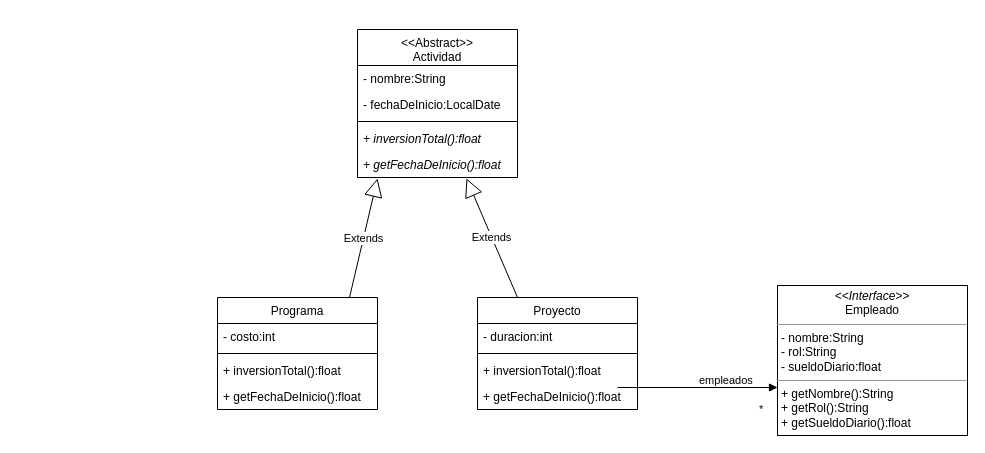
This is unq-po2-1erParcial-2022-Secretarias.drawio from nhubczyk/Diagramas-UML, a draw.io file, before an edit. Source tidied: cells renumbered, new cells numbered last; positions are measured from the earlier drawing's top-left corner, leaving out a move shared by most shapes. Both pictures are drawn from the tidied source at 100%, with x=0, y=0 at pixel (217, 29).
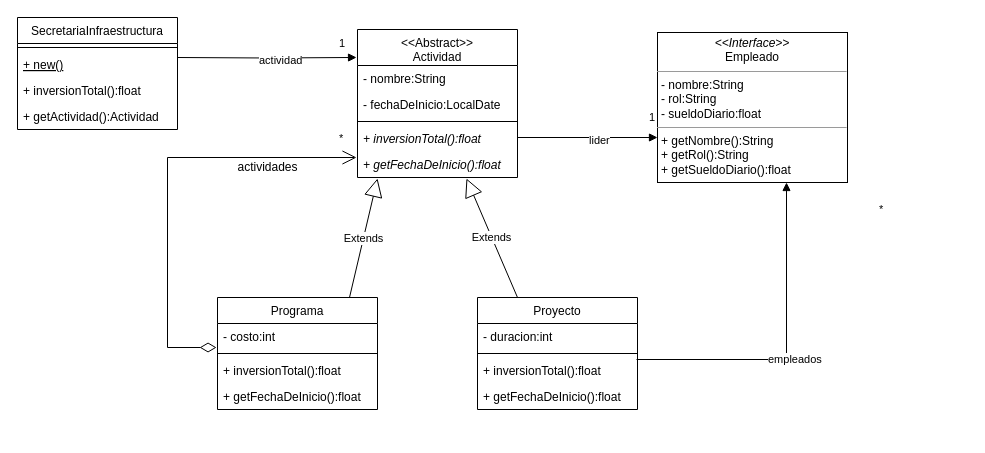
The same diagram, later.

Unchanged cells that the change refers to:
```xml
<mxCell id="5" value="+ inversionTotal():float" style="text;strokeColor=none;fillColor=none;align=left;verticalAlign=top;spacingLeft=4;spacingRight=4;overflow=hidden;points=[[0,0.5],[1,0.5]];portConstraint=eastwest;" parent="2" vertex="1">
  <mxGeometry y="60" width="160" height="26" as="geometry" />
</mxCell>
<mxCell id="11" value="- costo:int" style="text;strokeColor=none;fillColor=none;align=left;verticalAlign=top;spacingLeft=4;spacingRight=4;overflow=hidden;points=[[0,0.5],[1,0.5]];portConstraint=eastwest;" parent="10" vertex="1">
  <mxGeometry y="26" width="160" height="26" as="geometry" />
</mxCell>
<mxCell id="15" value="&lt;&lt;Abstract&gt;&gt;&#10;Actividad" style="swimlane;fontStyle=0;align=center;verticalAlign=top;horizontal=1;startSize=36;" parent="1" vertex="1">
  <mxGeometry x="140" width="160" height="148" as="geometry" />
</mxCell>
<mxCell id="20" value="+ getFechaDeInicio():float" style="text;strokeColor=none;fillColor=none;align=left;verticalAlign=top;spacingLeft=4;spacingRight=4;overflow=hidden;points=[[0,0.5],[1,0.5]];portConstraint=eastwest;fontStyle=2;" parent="15" vertex="1">
  <mxGeometry y="122" width="160" height="26" as="geometry" />
</mxCell>
```

Change to the diagram source:
```diff
@@
     <mxCell id="7" value="&lt;p style=&quot;margin:0px;margin-top:4px;text-align:center;&quot;&gt;&lt;i&gt;&amp;lt;&amp;lt;Interface&amp;gt;&amp;gt;&lt;/i&gt;&lt;br&gt;Empleado&lt;/p&gt;&lt;hr size=&quot;1&quot;&gt;&lt;p style=&quot;margin:0px;margin-left:4px;&quot;&gt;- nombre:String&lt;/p&gt;&lt;p style=&quot;margin:0px;margin-left:4px;&quot;&gt;- rol:String&lt;/p&gt;&lt;p style=&quot;margin:0px;margin-left:4px;&quot;&gt;- sueldoDiario:float&lt;/p&gt;&lt;hr size=&quot;1&quot;&gt;&lt;p style=&quot;margin:0px;margin-left:4px;&quot;&gt;+ getNombre():String&lt;/p&gt;&lt;p style=&quot;margin:0px;margin-left:4px;&quot;&gt;+ getRol():String&lt;/p&gt;&lt;p style=&quot;margin:0px;margin-left:4px;&quot;&gt;+ getSueldoDiario():float&lt;/p&gt;" style="verticalAlign=top;align=left;overflow=fill;fontSize=12;fontFamily=Helvetica;html=1;" parent="1" vertex="1">
-      <mxGeometry x="560" y="256" width="190" height="150" as="geometry" />
+      <mxGeometry x="440" y="3" width="190" height="150" as="geometry" />
     </mxCell>
-    <mxCell id="8" value="empleados" style="endArrow=block;endFill=1;html=1;edgeStyle=orthogonalEdgeStyle;align=left;verticalAlign=top;rounded=0;" parent="1" edge="1">
+    <mxCell id="8" value="empleados" style="endArrow=block;endFill=1;html=1;edgeStyle=orthogonalEdgeStyle;align=left;verticalAlign=top;rounded=0;exitX=0.994;exitY=0.077;exitDx=0;exitDy=0;exitPerimeter=0;entryX=0.679;entryY=1;entryDx=0;entryDy=0;entryPerimeter=0;" parent="1" edge="1" source="5" target="7">
       <mxGeometry y="20" relative="1" as="geometry">
-        <mxPoint x="400" y="358" as="sourcePoint" />
-        <mxPoint x="560" y="358" as="targetPoint" />
+        <Array as="points">
+          <mxPoint x="569" y="330" />
+        </Array>
       </mxGeometry>
     </mxCell>
     <mxCell id="9" value="*" style="edgeLabel;html=1;align=left;verticalAlign=bottom;" parent="8" vertex="1">
       <mxGeometry x="-1" relative="1" as="geometry">
-        <mxPoint x="140" y="30" as="offset" />
+        <mxPoint x="241" y="-142" as="offset" />
       </mxGeometry>
     </mxCell>
@@
+    <mxCell id="23" value="*" style="endArrow=open;html=1;endSize=12;startArrow=diamondThin;startSize=14;startFill=0;edgeStyle=orthogonalEdgeStyle;align=left;verticalAlign=bottom;rounded=0;exitX=-0.006;exitY=0.923;exitDx=0;exitDy=0;exitPerimeter=0;entryX=-0.006;entryY=0.231;entryDx=0;entryDy=0;entryPerimeter=0;" parent="1" edge="1" source="11" target="20">
+      <mxGeometry x="0.91" y="10" relative="1" as="geometry">
+        <Array as="points">
+          <mxPoint x="-50" y="318" />
+          <mxPoint x="-50" y="128" />
+        </Array>
+      </mxGeometry>
+    </mxCell>
+    <mxCell id="24" value="actividades" style="text;html=1;align=center;verticalAlign=middle;strokeColor=none;fillColor=none;" parent="1" vertex="1">
+      <mxGeometry x="10" y="123" width="80" height="30" as="geometry" />
+    </mxCell>
+    <mxCell id="25" value="lider" style="endArrow=block;endFill=1;html=1;edgeStyle=orthogonalEdgeStyle;align=left;verticalAlign=top;rounded=0;" parent="1" edge="1">
+      <mxGeometry y="10" relative="1" as="geometry">
+        <mxPoint x="300" y="108" as="sourcePoint" />
+        <mxPoint x="440" y="108" as="targetPoint" />
+      </mxGeometry>
+    </mxCell>
+    <mxCell id="26" value="1" style="edgeLabel;html=1;align=left;verticalAlign=bottom;" parent="25" vertex="1">
+      <mxGeometry x="-1" relative="1" as="geometry">
+        <mxPoint x="130" y="-12" as="offset" />
+      </mxGeometry>
+    </mxCell>
+    <mxCell id="27" value="SecretariaInfraestructura" style="swimlane;fontStyle=0;align=center;verticalAlign=top;horizontal=1;startSize=26;" parent="1" vertex="1">
+      <mxGeometry x="-200" y="-12" width="160" height="112" as="geometry" />
+    </mxCell>
+    <mxCell id="28" style="line;strokeWidth=1;fillColor=none;align=left;verticalAlign=middle;spacingTop=-1;spacingLeft=3;spacingRight=3;labelPosition=right;strokeColor=inherit;" parent="27" vertex="1">
+      <mxGeometry y="26" width="160" height="8" as="geometry" />
+    </mxCell>
+    <mxCell id="29" value="+ new()" style="text;strokeColor=none;fillColor=none;align=left;verticalAlign=top;spacingLeft=4;spacingRight=4;overflow=hidden;fontStyle=4;" parent="27" vertex="1">
+      <mxGeometry y="34" width="160" height="26" as="geometry" />
+    </mxCell>
+    <mxCell id="30" value="+ inversionTotal():float" style="text;strokeColor=none;fillColor=none;align=left;verticalAlign=top;spacingLeft=4;spacingRight=4;overflow=hidden;" parent="27" vertex="1">
+      <mxGeometry y="60" width="160" height="26" as="geometry" />
+    </mxCell>
+    <mxCell id="31" value="+ getActividad():Actividad" style="text;strokeColor=none;fillColor=none;align=left;verticalAlign=top;spacingLeft=4;spacingRight=4;overflow=hidden;" parent="27" vertex="1">
+      <mxGeometry y="86" width="160" height="26" as="geometry" />
+    </mxCell>
+    <mxCell id="32" value="actividad" style="endArrow=block;endFill=1;html=1;edgeStyle=orthogonalEdgeStyle;align=left;verticalAlign=top;rounded=0;entryX=-0.006;entryY=0.189;entryDx=0;entryDy=0;entryPerimeter=0;" parent="1" edge="1" target="15">
+      <mxGeometry x="-0.11" y="10" relative="1" as="geometry">
+        <mxPoint x="-40" y="28" as="sourcePoint" />
+      </mxGeometry>
+    </mxCell>
+    <mxCell id="33" value="1" style="edgeLabel;html=1;align=left;verticalAlign=bottom;" parent="32" vertex="1">
+      <mxGeometry x="-1" relative="1" as="geometry">
+        <mxPoint x="160" y="-6" as="offset" />
+      </mxGeometry>
+    </mxCell>
```
